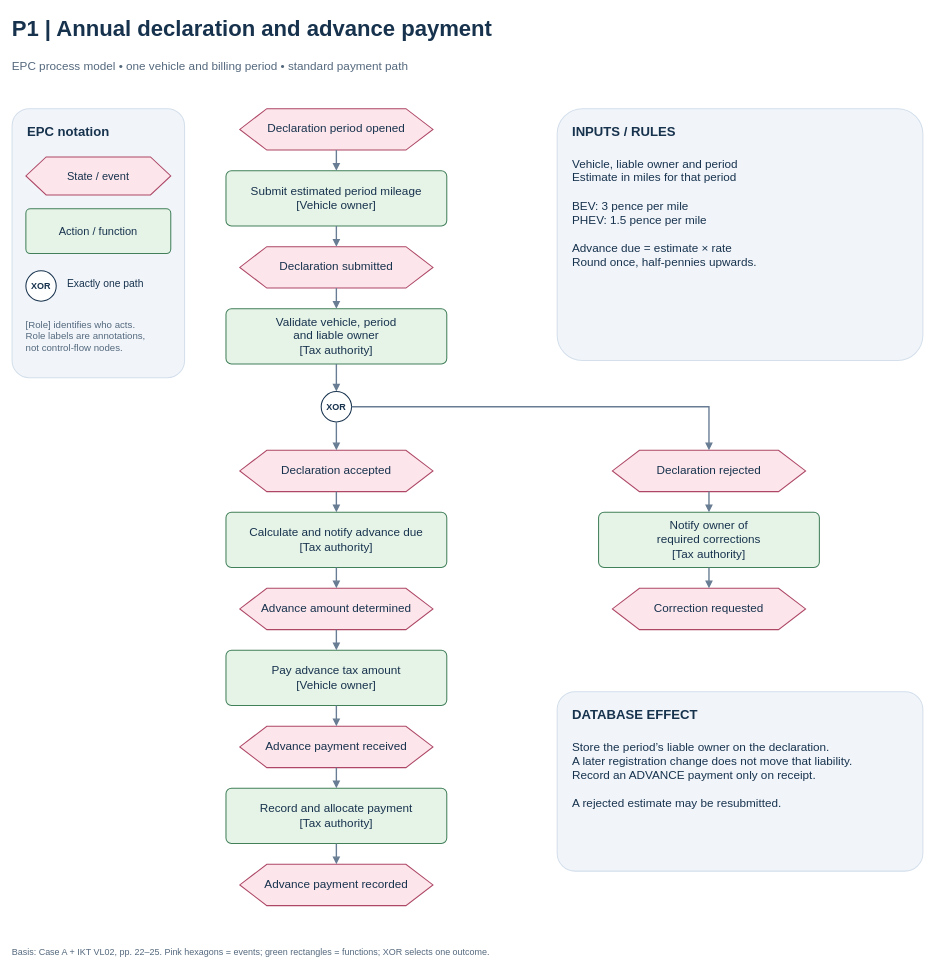
The draw.io diagram page "01 - Declaration and advance" (2 of 5) of eved_scope_and_processes.drawio in Mclement197/ikt-hsg-2026, before the edit. Source tidied: cells renumbered, new cells numbered last; positions are measured from the earlier drawing's top-left corner, leaving out a move shared by most shapes. Both pictures are drawn from the tidied source at 69%, with x=0, y=0 at pixel (12, 12).
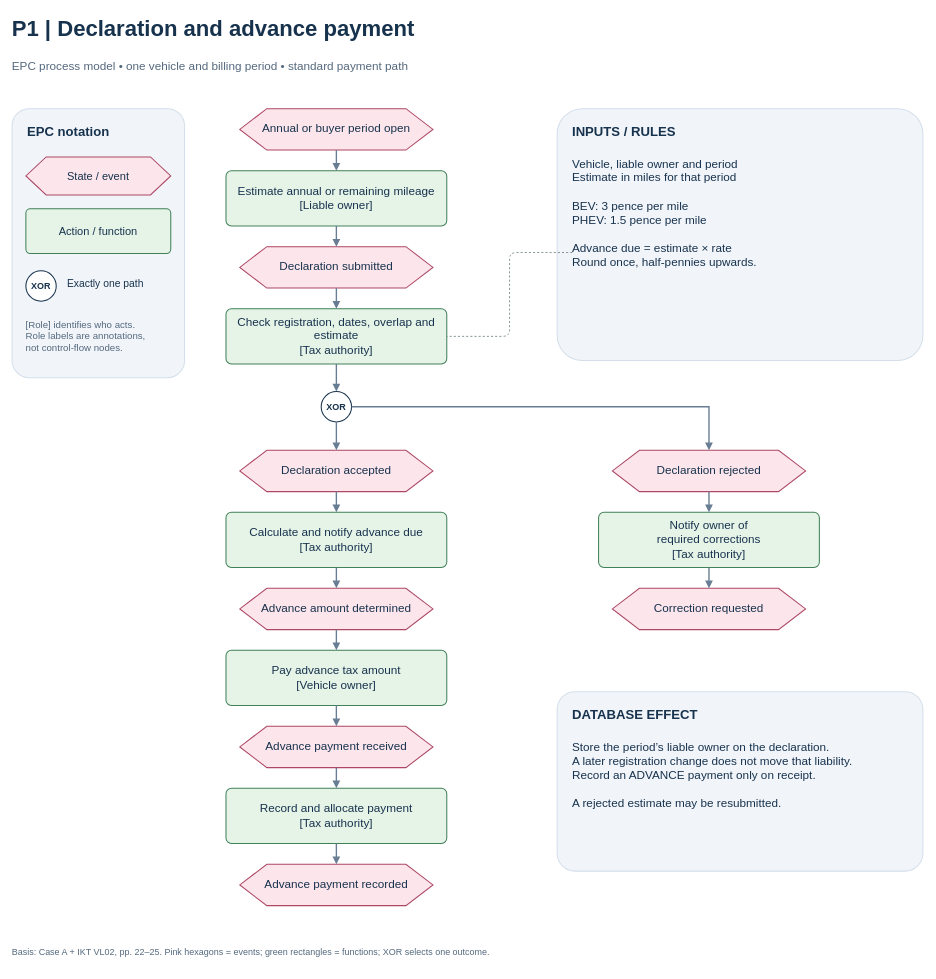
Above is the later version.

Unchanged cells that the change refers to:
```xml
<mxCell id="14" value="Vehicle, liable owner and period&#10;Estimate in miles for that period&#10;&#10;BEV: 3 pence per mile&#10;PHEV: 1.5 pence per mile&#10;&#10;Advance due = estimate × rate&#10;Round once, half-pennies upwards." style="whiteSpace=wrap;html=0;fontFamily=Arial;fontSize=17;fontColor=#17324D;fillColor=none;strokeColor=none;strokeWidth=1.5;align=left;verticalAlign=middle;spacing=12;text;spacing=0;" parent="1" vertex="1">
  <mxGeometry x="812" y="206" width="486" height="285" as="geometry" />
</mxCell>
```

The edit, as a diff of the source:
```diff
@@
-    <mxCell id="2" value="P1 | Annual declaration and advance payment" style="whiteSpace=wrap;html=0;fontFamily=Arial;fontSize=32;fontColor=#17324D;fillColor=none;strokeColor=none;strokeWidth=1.5;align=left;verticalAlign=middle;spacing=12;fontStyle=1;text;spacing=0;" parent="1" vertex="1">
+    <mxCell id="2" value="P1 | Declaration and advance payment" style="whiteSpace=wrap;html=0;fontFamily=Arial;fontSize=32;fontColor=#17324D;fillColor=none;strokeColor=none;strokeWidth=1.5;align=left;verticalAlign=middle;spacing=12;fontStyle=1;text;spacing=0;" parent="1" vertex="1">
       <mxGeometry width="1320" height="60" as="geometry" />
     </mxCell>
@@
-    <mxCell id="15" value="Declaration period opened" style="whiteSpace=wrap;html=0;fontFamily=Arial;fontSize=17;fontColor=#17324D;fillColor=#FCE5EB;strokeColor=#AD4765;strokeWidth=1.5;align=center;verticalAlign=middle;spacing=12;shape=hexagon;perimeter=hexagonPerimeter;size=0.14;" parent="1" vertex="1">
+    <mxCell id="15" value="Annual or buyer period open" style="whiteSpace=wrap;html=0;fontFamily=Arial;fontSize=17;fontColor=#17324D;fillColor=#FCE5EB;strokeColor=#AD4765;strokeWidth=1.5;align=center;verticalAlign=middle;spacing=12;shape=hexagon;perimeter=hexagonPerimeter;size=0.14;" parent="1" vertex="1">
       <mxGeometry x="330" y="140" width="280" height="60" as="geometry" />
     </mxCell>
-    <mxCell id="16" value="Submit estimated period mileage&#10;[Vehicle owner]" style="whiteSpace=wrap;html=0;fontFamily=Arial;fontSize=17;fontColor=#17324D;fillColor=#E6F4E8;strokeColor=#42805A;strokeWidth=1.5;align=center;verticalAlign=middle;spacing=12;rounded=1;arcSize=10;" parent="1" vertex="1">
+    <mxCell id="16" value="Estimate annual or remaining mileage&#10;[Liable owner]" style="whiteSpace=wrap;html=0;fontFamily=Arial;fontSize=17;fontColor=#17324D;fillColor=#E6F4E8;strokeColor=#42805A;strokeWidth=1.5;align=center;verticalAlign=middle;spacing=12;rounded=1;arcSize=10;" parent="1" vertex="1">
       <mxGeometry x="310" y="230" width="320" height="80" as="geometry" />
     </mxCell>
@@
-    <mxCell id="18" value="Validate vehicle, period&#10;and liable owner&#10;[Tax authority]" style="whiteSpace=wrap;html=0;fontFamily=Arial;fontSize=17;fontColor=#17324D;fillColor=#E6F4E8;strokeColor=#42805A;strokeWidth=1.5;align=center;verticalAlign=middle;spacing=12;rounded=1;arcSize=10;" parent="1" vertex="1">
+    <mxCell id="18" value="Check registration, dates, overlap and estimate&#10;[Tax authority]" style="whiteSpace=wrap;html=0;fontFamily=Arial;fontSize=17;fontColor=#17324D;fillColor=#E6F4E8;strokeColor=#42805A;strokeWidth=1.5;align=center;verticalAlign=middle;spacing=12;rounded=1;arcSize=10;" parent="1" vertex="1">
       <mxGeometry x="310" y="430" width="320" height="80" as="geometry" />
     </mxCell>
@@
+    <mxCell id="48" style="edgeStyle=orthogonalEdgeStyle;strokeColor=#52666C;dashed=1;endArrow=none;" parent="1" edge="1" source="14" target="18">
+      <mxGeometry relative="1" as="geometry" />
+    </mxCell>
```
